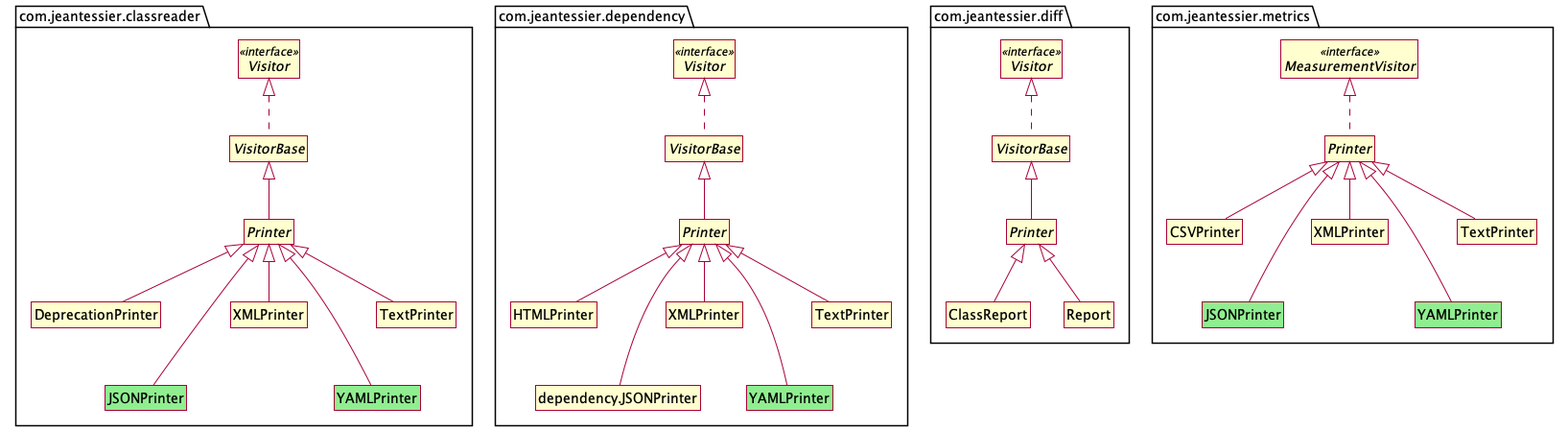
jeantessier/dependency-finder keeps this PlantUML diagram as images/Printer_JSON_YAML.png. Above is the earlier version.
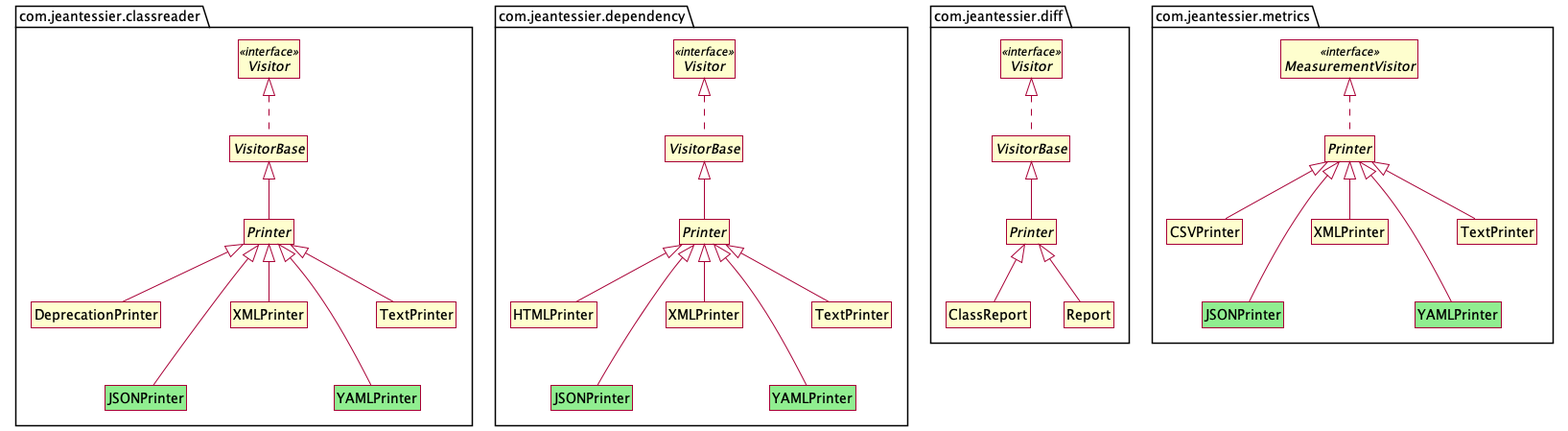
Above is the later version.

The edit, as a diff of the source:
```diff
@@ -55,7 +55,7 @@
     class dependency.XMLPrinter as "XMLPrinter"
     dependency.Printer <|-- dependency.XMLPrinter
 
-    class classreader.JSONPrinter as "JSONPrinter" as "JSONPrinter" #lightgreen
+    class dependency.JSONPrinter as "JSONPrinter" #lightgreen
     dependency.Printer <|-- dependency.JSONPrinter
     dependency.HTMLPrinter -[hidden]-> dependency.JSONPrinter
 
```
